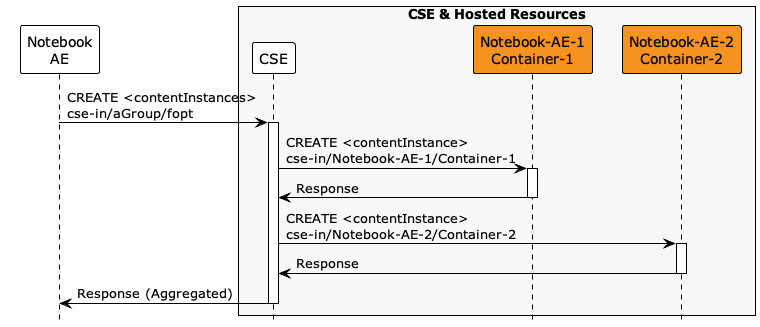
ankraft/onem2m-jupyter-notebooks keeps this PlantUML diagram as images/04/create_contentInstances.png. Above is the earlier version.
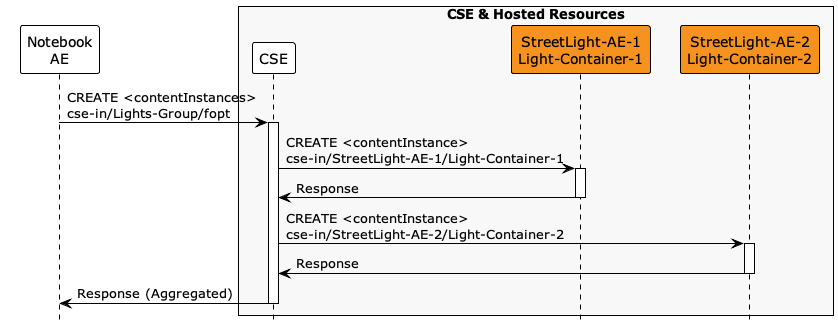
The same file after the commit.

Commit message:
Added "street lights" scenario to group notebook

Change to the diagram source:
```diff
@@ -7,14 +7,14 @@
 participant "Notebook\nAE" as AE
 box "CSE & Hosted Resources" #f8f8f8
 participant "CSE" as CSE
-participant "Notebook-AE-1\nContainer-1" as container1 #F6921E
-participant "Notebook-AE-2\nContainer-2" as container2 #F6921E
+participant "StreetLight-AE-1\nLight-Container-1" as container1 #F6921E
+participant "StreetLight-AE-2\nLight-Container-2" as container2 #F6921E
 end box
 
-AE -> CSE ++: CREATE <contentInstances>\ncse-in/aGroup/fopt
-CSE -> container1 ++: CREATE <contentInstance>\ncse-in/Notebook-AE-1/Container-1
+AE -> CSE ++: CREATE <contentInstances>\ncse-in/Lights-Group/fopt
+CSE -> container1 ++: CREATE <contentInstance>\ncse-in/StreetLight-AE-1/Light-Container-1
 CSE <- container1 --: Response
-CSE -> container2 ++: CREATE <contentInstance>\ncse-in/Notebook-AE-2/Container-2
+CSE -> container2 ++: CREATE <contentInstance>\ncse-in/StreetLight-AE-2/Light-Container-2
 CSE <- container2 --: Response
 AE <- CSE --: Response (Aggregated)
 
```
